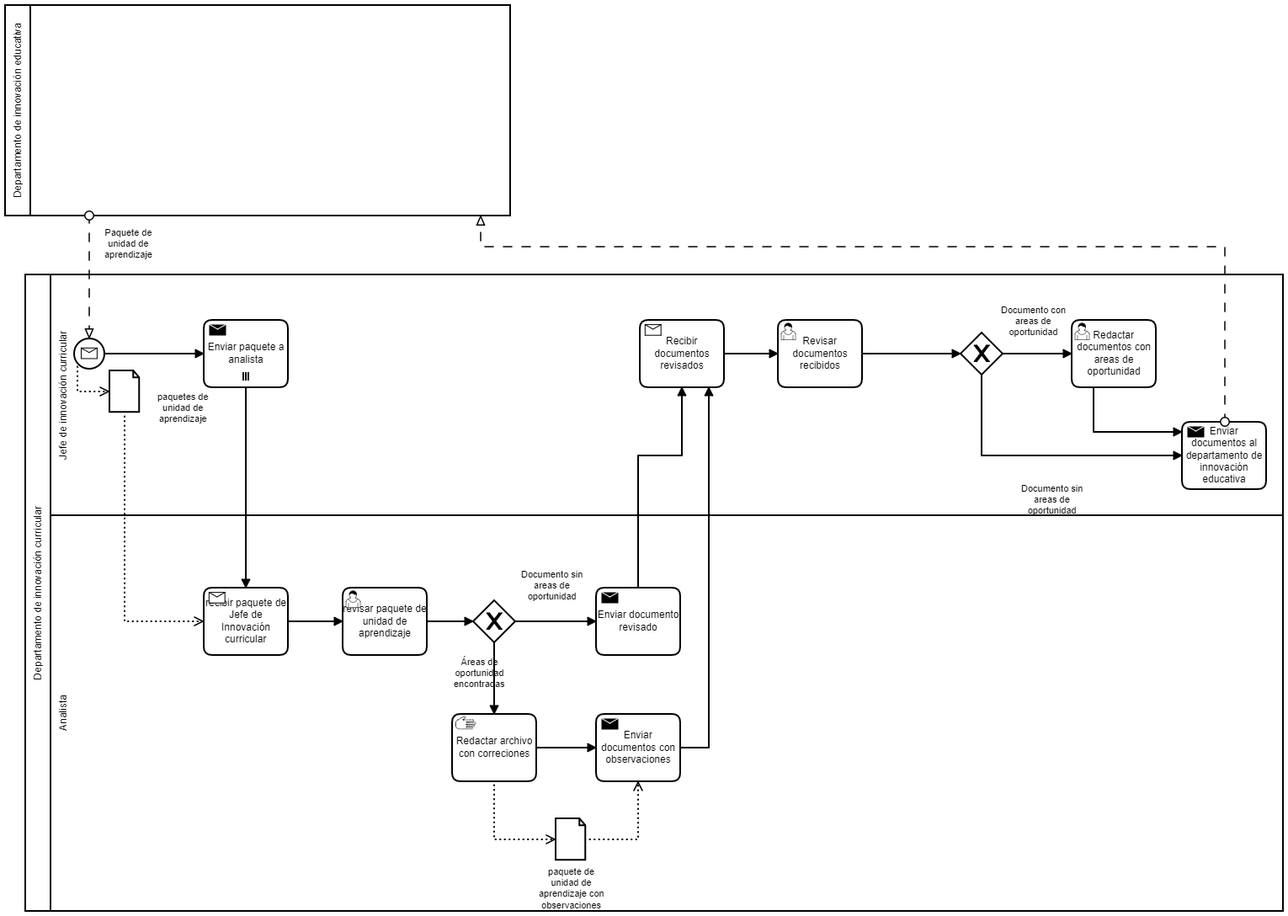
Before: diagram_1.2.png, a diagram exported from BPMN (SoftwareEngineerESCOM/IngSof). Its source is kept beside it as diagram_1.2.bpmn. Ids are renumbered.
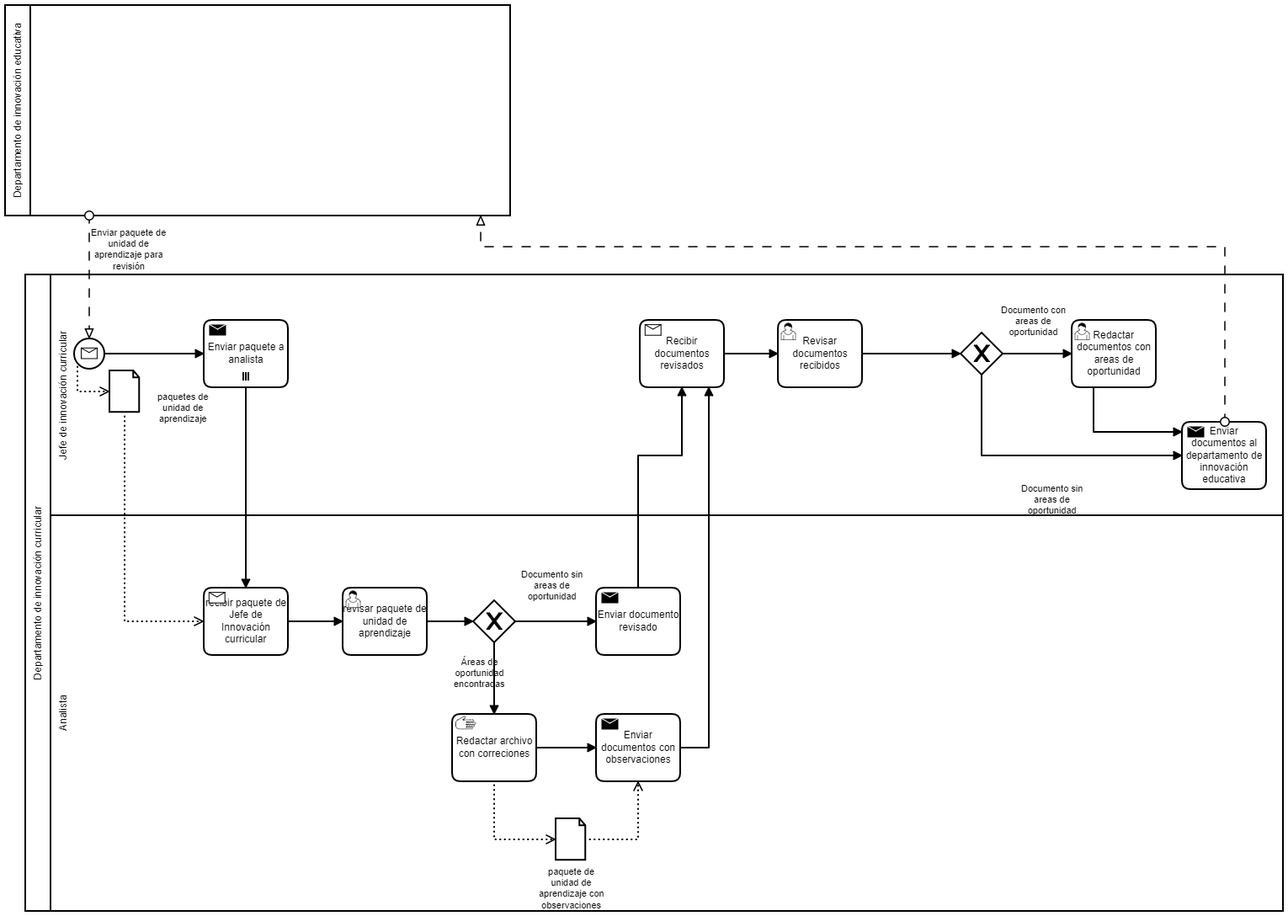
After the commit.

Commit message:
Versión dos del diagrama de procesos

Diff of the diagram source:
```diff
@@ -2,7 +2,7 @@
   <bpmn:collaboration id="Collaboration_n2">
     <bpmn:participant id="Participant_n3" name="Departamento de innovación curricular" processRef="Process_n4" />
     <bpmn:participant id="Participant_n5" name="Departamento de innovación educativa" processRef="Process_n6" />
-    <bpmn:messageFlow id="MessageFlow_n7" name="Paquete de unidad de aprendizaje" sourceRef="Participant_n5" targetRef="StartEvent_n8" />
+    <bpmn:messageFlow id="MessageFlow_n7" name="Enviar paquete de unidad de aprendizaje para revisión" sourceRef="Participant_n5" targetRef="StartEvent_n8" />
     <bpmn:messageFlow id="MessageFlow_n9" sourceRef="Task_n10" targetRef="Participant_n5" />
   </bpmn:collaboration>
   <bpmn:process id="Process_n4" isExecutable="false">
@@ -135,7 +135,7 @@
         <di:waypoint x="146" y="1164" />
         <di:waypoint x="146" y="1310" />
         <bpmndi:BPMNLabel>
-          <dc:Bounds x="164" y="1178" width="58" height="40" />
+          <dc:Bounds x="148" y="1178" width="90" height="53" />
         </bpmndi:BPMNLabel>
       </bpmndi:BPMNEdge>
       <bpmndi:BPMNShape id="StartEvent_1jpqabp_di" bpmnElement="StartEvent_n8">
```
